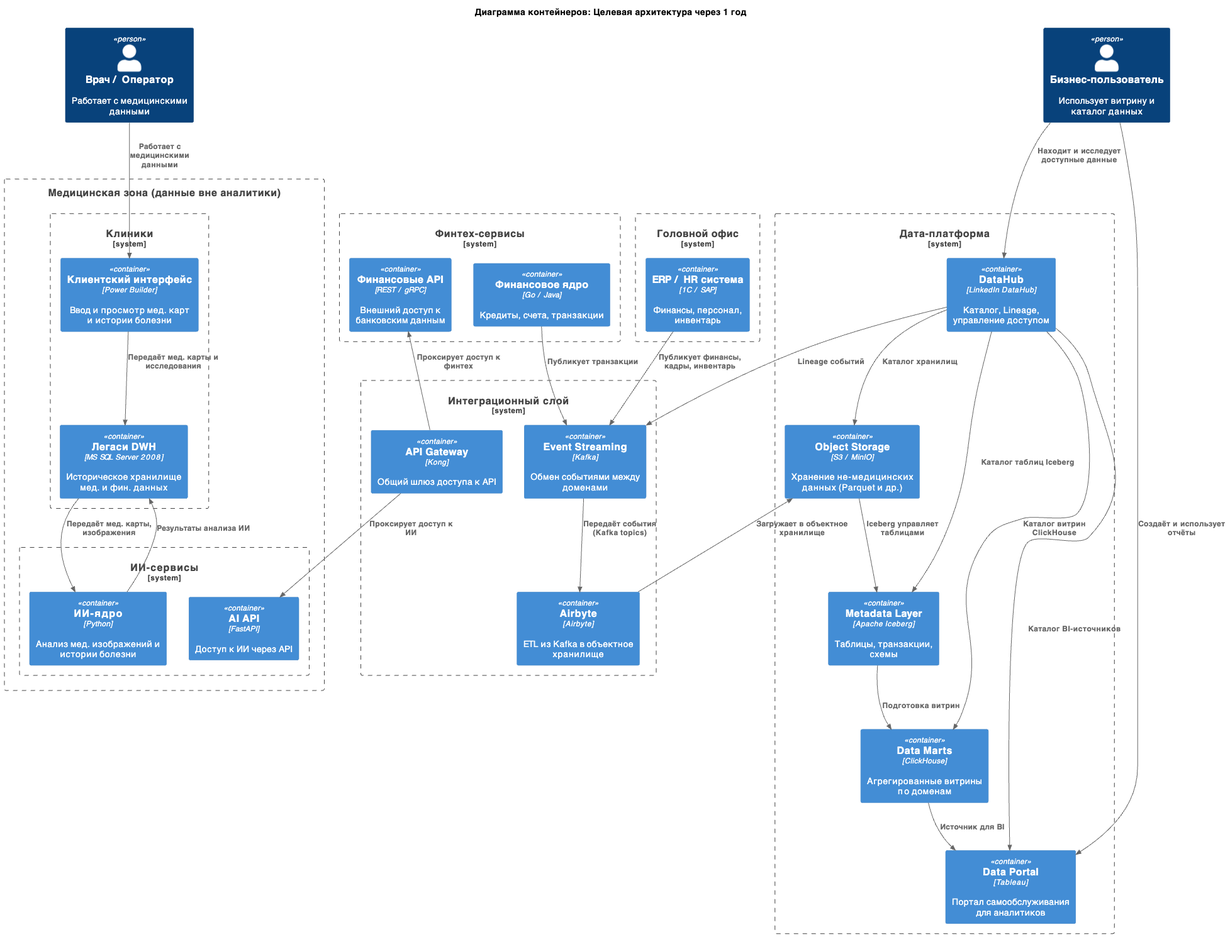
The PlantUML diagram Task1/diagrams/ArchitectureFuture2Containers.png in MaximStovba/architecture-future_2_0, before a commit. Its source is kept beside it as Task1/diagrams/ArchitectureFuture2Containers.puml.
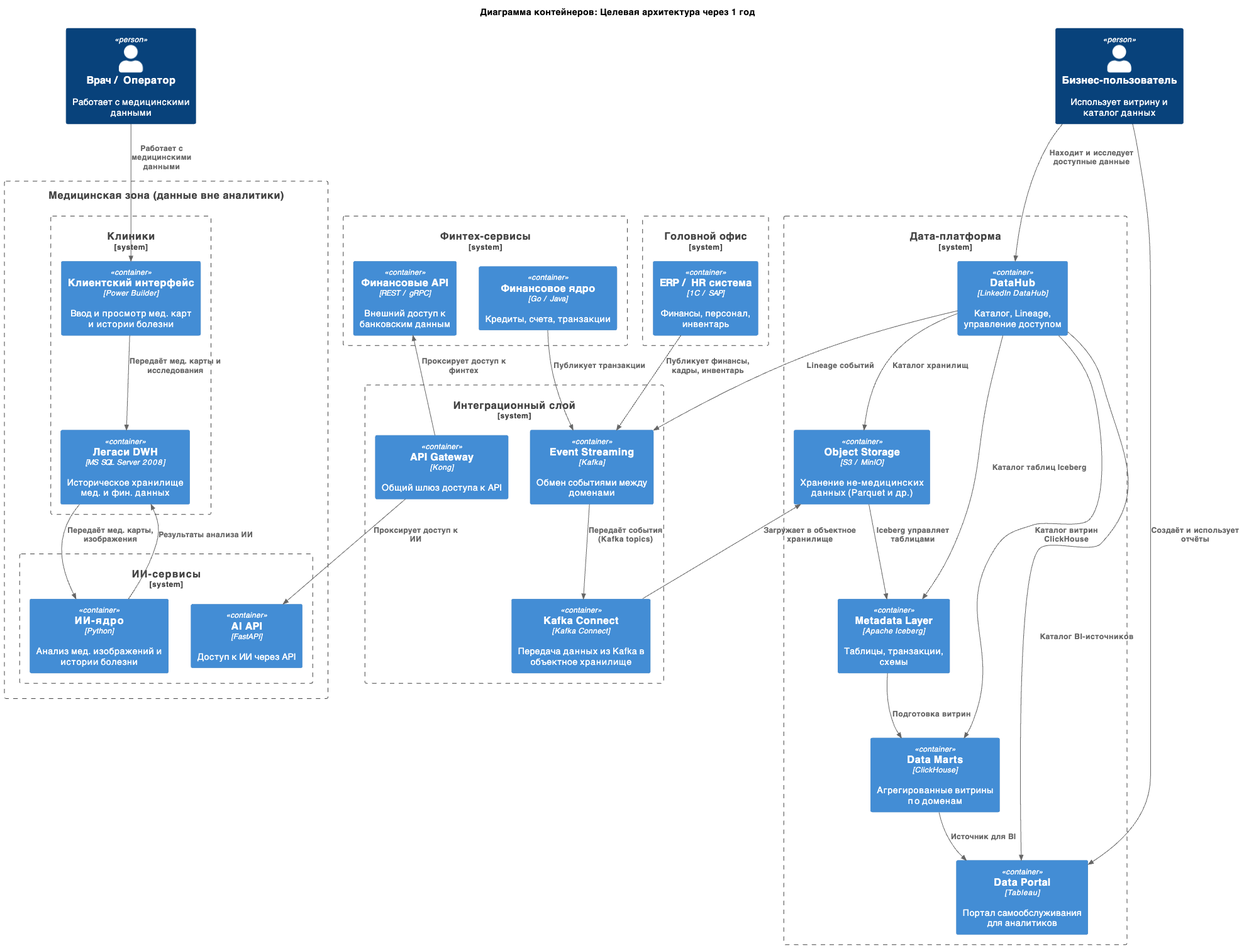
The same file after the commit.

Commit message:
feat/task3 kafka

The edit, as a diff of the source:
```diff
@@ -40,7 +40,7 @@
 
 System_Boundary(integration, "Интеграционный слой") {
   Container(eventBus, "Event Streaming", "Kafka", "Обмен событиями между доменами")
-  Container(airbyte, "Airbyte", "Airbyte", "ETL из Kafka в объектное хранилище")
+  Container(kafkaConnect, "Kafka Connect", "Kafka Connect", "Передача данных из Kafka в объектное хранилище")
   Container(apiGateway, "API Gateway", "Kong", "Общий шлюз доступа к API")
 }
 
@@ -51,8 +51,8 @@
 Rel(finCore, eventBus, "Публикует транзакции")
 Rel(erp, eventBus, "Публикует финансы, кадры, инвентарь")
 
-Rel(eventBus, airbyte, "Передаёт события (Kafka topics)")
-Rel(airbyte, objectStorage, "Загружает в объектное хранилище")
+Rel(eventBus, kafkaConnect, "Передаёт события (Kafka topics)")
+Rel(kafkaConnect, objectStorage, "Загружает в объектное хранилище")
 
 Rel(objectStorage, metadataLayer, "Iceberg управляет таблицами")
 Rel(metadataLayer, dataMarts, "Подготовка витрин")
```
